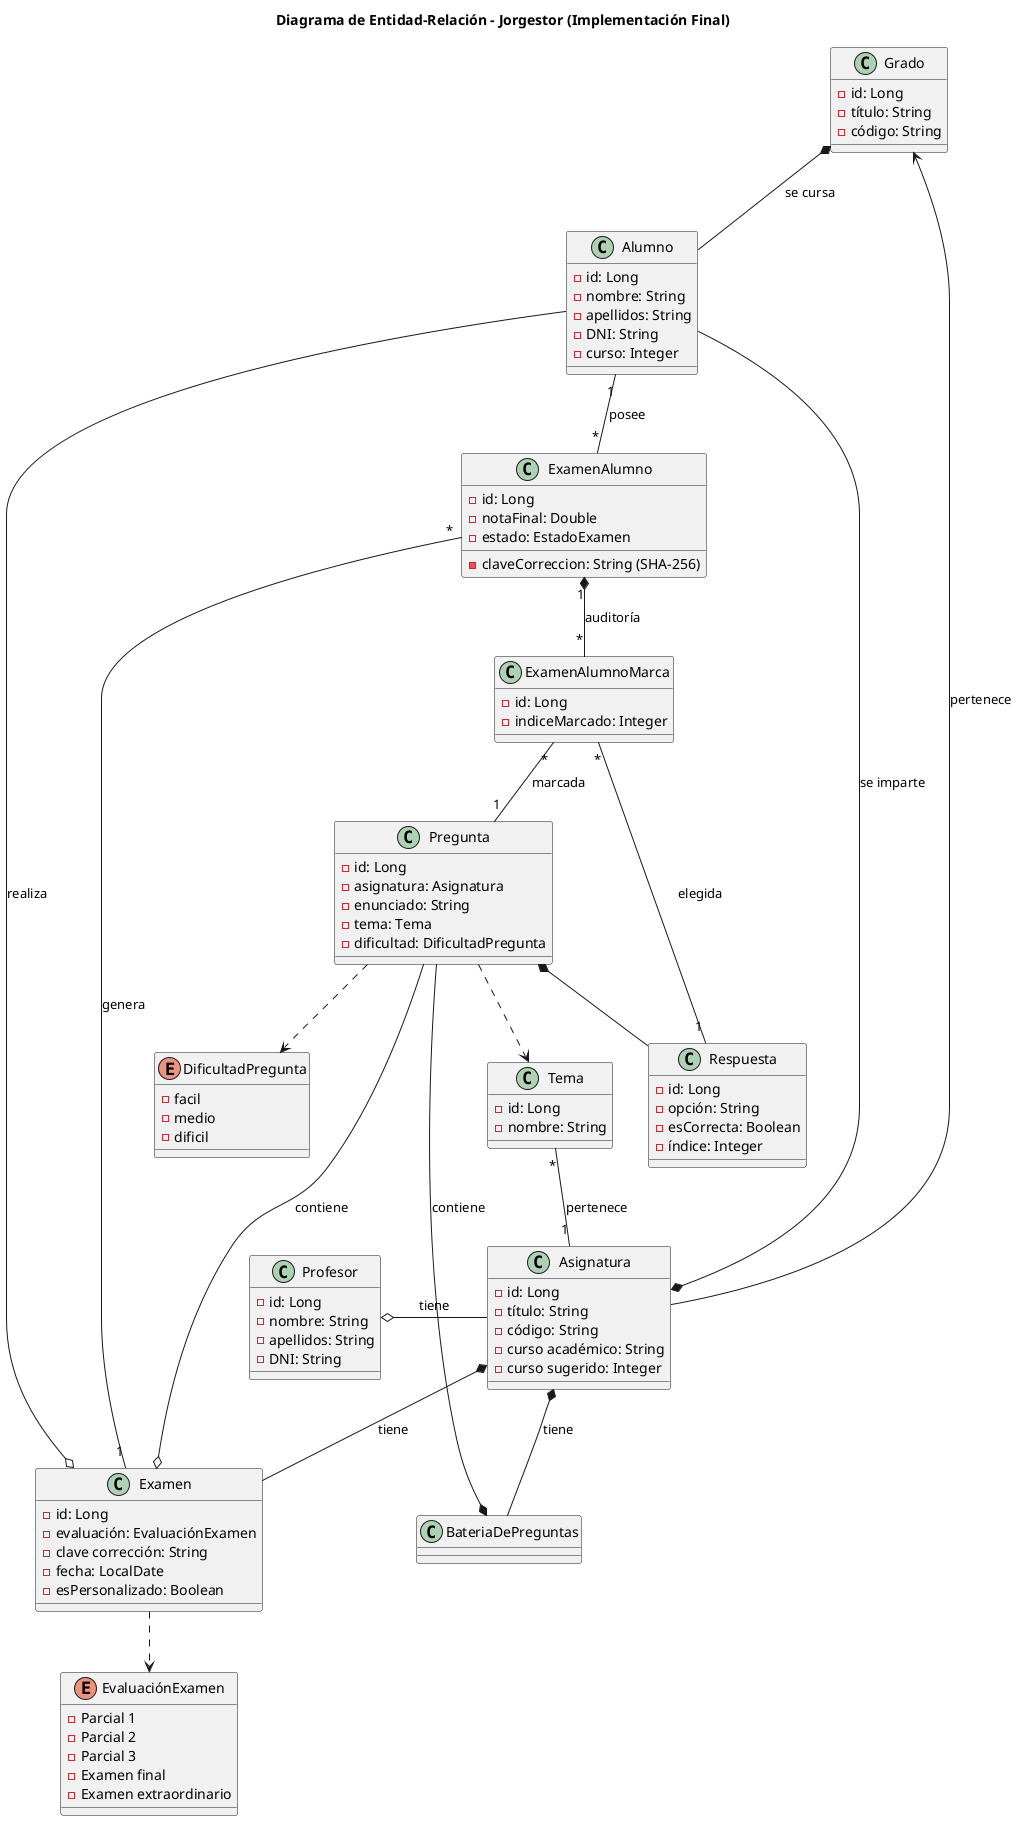
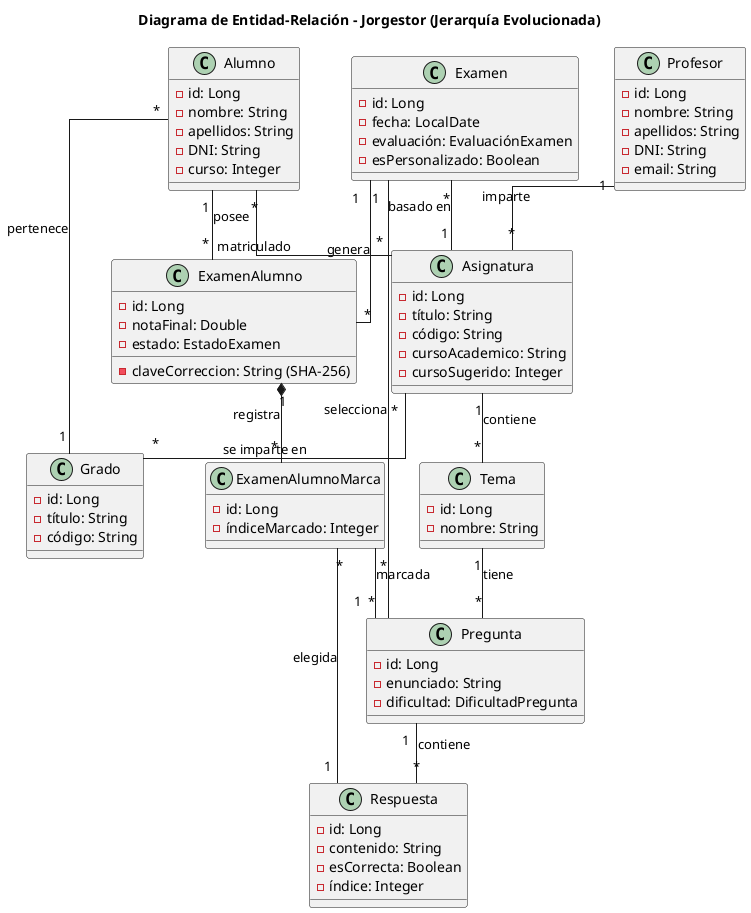
@startuml
- title Diagrama de Entidad-Relación - Jorgestor (Implementación Final)
+ title Diagrama de Entidad-Relación - Jorgestor (Jerarquía Evolucionada)

- ' Definición de la disposición visual para que sea idéntica a la original
- 'pero incluyendo los campos técnicos reales.
+ ' Forzar disposición vertical de arriba a abajo
+ top to bottom direction
+ skinparam linetype ortho

- class Examen{
-  -id: Long
-  -evaluación: EvaluaciónExamen
-  -clave corrección: String
-  -fecha: LocalDate
-  -esPersonalizado: Boolean
+ ' --- NIVEL 1: CIMIENTOS (LOS MAESTROS) ---
+ class Grado {
+   -id: Long
+   -título: String
+   -código: String
}

- class Asignatura{
-  -id: Long
-  -título: String
-  -código: String
-  -curso académico: String
-  -curso sugerido: Integer
+ class Profesor {
+   -id: Long
+   -nombre: String
+   -apellidos: String
+   -DNI: String
+   -email: String
}

- class Pregunta{
-  -id: Long
-  -asignatura: Asignatura
-  -enunciado: String
-  -tema: Tema
-  -dificultad: DificultadPregunta
+ ' --- NIVEL 2: DEFINICIÓN ACADÉMICA ---
+ class Asignatura {
+   -id: Long
+   -título: String
+   -código: String
+   -cursoAcademico: String
+   -cursoSugerido: Integer
}

- class BateriaDePreguntas{
+ ' --- NIVEL 3: RECURSOS (LA BATERÍA) ---
+ class Tema {
+   -id: Long
+   -nombre: String
}

- class Grado{
-  -id: Long
-  -título: String
-  -código: String
+ class Pregunta {
+   -id: Long
+   -enunciado: String
+   -dificultad: DificultadPregunta
}

- class Profesor{
-  -id: Long
-  -nombre: String
-  -apellidos: String
-  -DNI: String
+ class Respuesta {
+   -id: Long
+   -contenido: String
+   -esCorrecta: Boolean
+   -índice: Integer
}

- class Alumno{
-  -id: Long
-  -nombre: String
-  -apellidos: String
-  -DNI: String
-  -curso: Integer
+ ' --- NIVEL 4: OPERACIÓN (EL MODELO) ---
+ class Examen {
+   -id: Long
+   -fecha: LocalDate
+   -evaluación: EvaluaciónExamen
+   -esPersonalizado: Boolean
}

- enum EvaluaciónExamen{
-  -Parcial 1
-  -Parcial 2
-  -Parcial 3
-  -Examen final
-  -Examen extraordinario
- }
- 
- enum DificultadPregunta{
-  -facil
-  -medio
-  -dificil
- }
- 
- class Respuesta{
-  -id: Long
-  -opción: String
-  -esCorrecta: Boolean
-  -índice: Integer
- }
- 
- class Tema{
-  -id: Long
-  -nombre: String
+ ' --- NIVEL 5: EJECUCIÓN (EL EJEMPLAR) ---
+ class Alumno {
+   -id: Long
+   -nombre: String
+   -apellidos: String
+   -DNI: String
+   -curso: Integer
}

class ExamenAlumno {
-  -id: Long
-  -claveCorreccion: String (SHA-256)
-  -notaFinal: Double
-  -estado: EstadoExamen
+   -id: Long
+   -claveCorreccion: String (SHA-256)
+   -notaFinal: Double
+   -estado: EstadoExamen
}

class ExamenAlumnoMarca {
-  -id: Long
-  -indiceMarcado: Integer
+   -id: Long
+   -índiceMarcado: Integer
}

- ' Relaciones del diagrama original (Baseline)
- Respuesta -u-* Pregunta
- Pregunta ..> DificultadPregunta
- Pregunta -u-o Examen : contiene
- Pregunta -u-* BateriaDePreguntas : contiene
- Examen ..> EvaluaciónExamen
- BateriaDePreguntas -u-* Asignatura : tiene
- Examen -u-* Asignatura : tiene
- Profesor o-r- Asignatura : tiene
- Asignatura --> Grado : pertenece
- Alumno -u-o Examen : realiza
- Alumno -u-* Asignatura : se imparte
- Alumno -u-* Grado : se cursa
- Pregunta ..> Tema
+ ' --- RELACIONES JERÁRQUICAS ---

- ' Extensiones de la Implementación (As-Built) conectadas sin romper la jerarquía original
+ ' Nivel 1 -> Nivel 2
+ Profesor "1" -- "*" Asignatura : imparte
+ Asignatura "*" -- "*" Grado : se imparte en
+ 
+ ' Nivel 2 -> Nivel 3
+ Asignatura "1" -- "*" Tema : contiene
+ Tema "1" -- "*" Pregunta : tiene
+ Pregunta "1" -- "*" Respuesta : contiene
+ 
+ ' Nivel 2 -> Nivel 4
+ Examen "*" -- "1" Asignatura : basado en
+ Examen "1" -- "*" Pregunta : selecciona
+ 
+ ' Nivel 4 -> Nivel 5 (Instanciación)
Examen "1" -- "*" ExamenAlumno : genera
Alumno "1" -- "*" ExamenAlumno : posee
- ExamenAlumno "1" *-- "*" ExamenAlumnoMarca : auditoría
+ Alumno "*" -- "*" Asignatura : matriculado
+ Alumno "*" -- "1" Grado : pertenece
+ 
+ ' Nivel 5 (Auditoría)
+ ExamenAlumno "1" *-- "*" ExamenAlumnoMarca : registra
ExamenAlumnoMarca "*" -- "1" Pregunta : marcada
ExamenAlumnoMarca "*" -- "1" Respuesta : elegida
- Tema "*" -- "1" Asignatura : pertenece

@enduml
